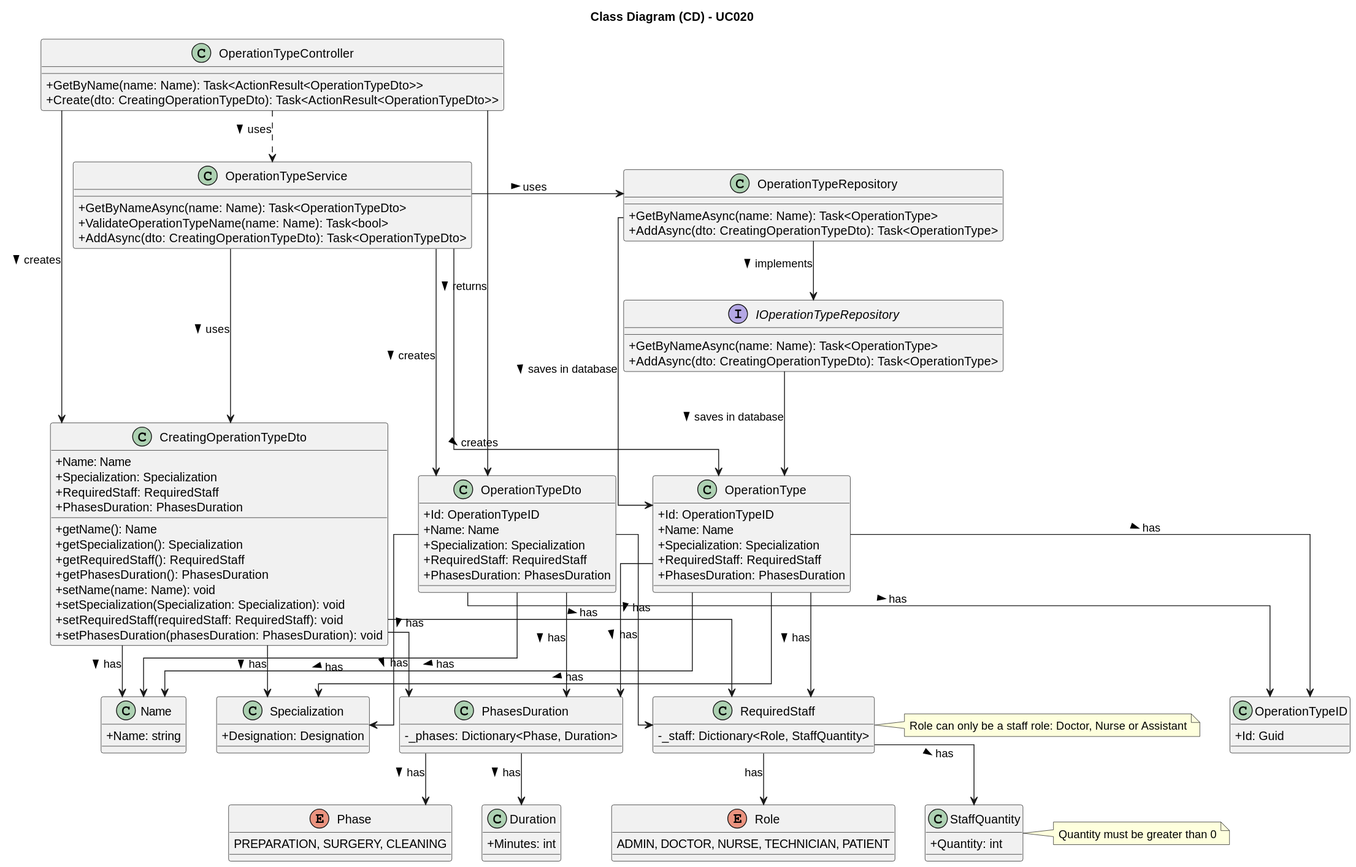
The PlantUML diagram docs/SprintA/UseCases/UC020/03.design/svg/uc020-class-diagram.svg in 1221124/sem5pi-24-25-g031, before a commit.
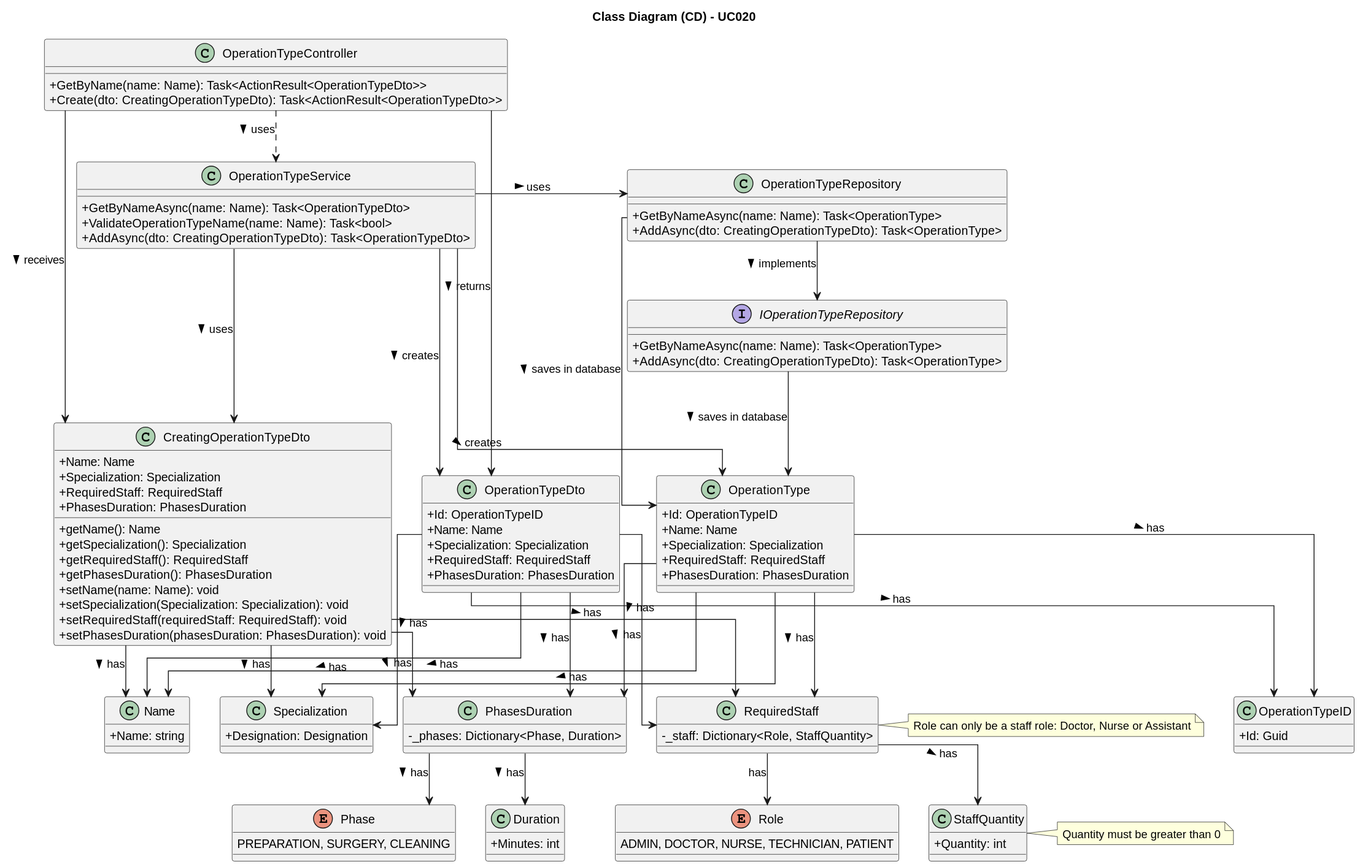
The same file after the commit.

Change to the diagram source:
```diff
@@ -104,7 +104,7 @@
 }
 
 OperationTypeController .> OperationTypeService : > uses
-OperationTypeController ----> CreatingOperationTypeDto : > creates
+OperationTypeController ----> CreatingOperationTypeDto : > receives
 OperationTypeController ----> OperationTypeDto : > returns
 
 OperationTypeService -> OperationTypeRepository : > uses
```
